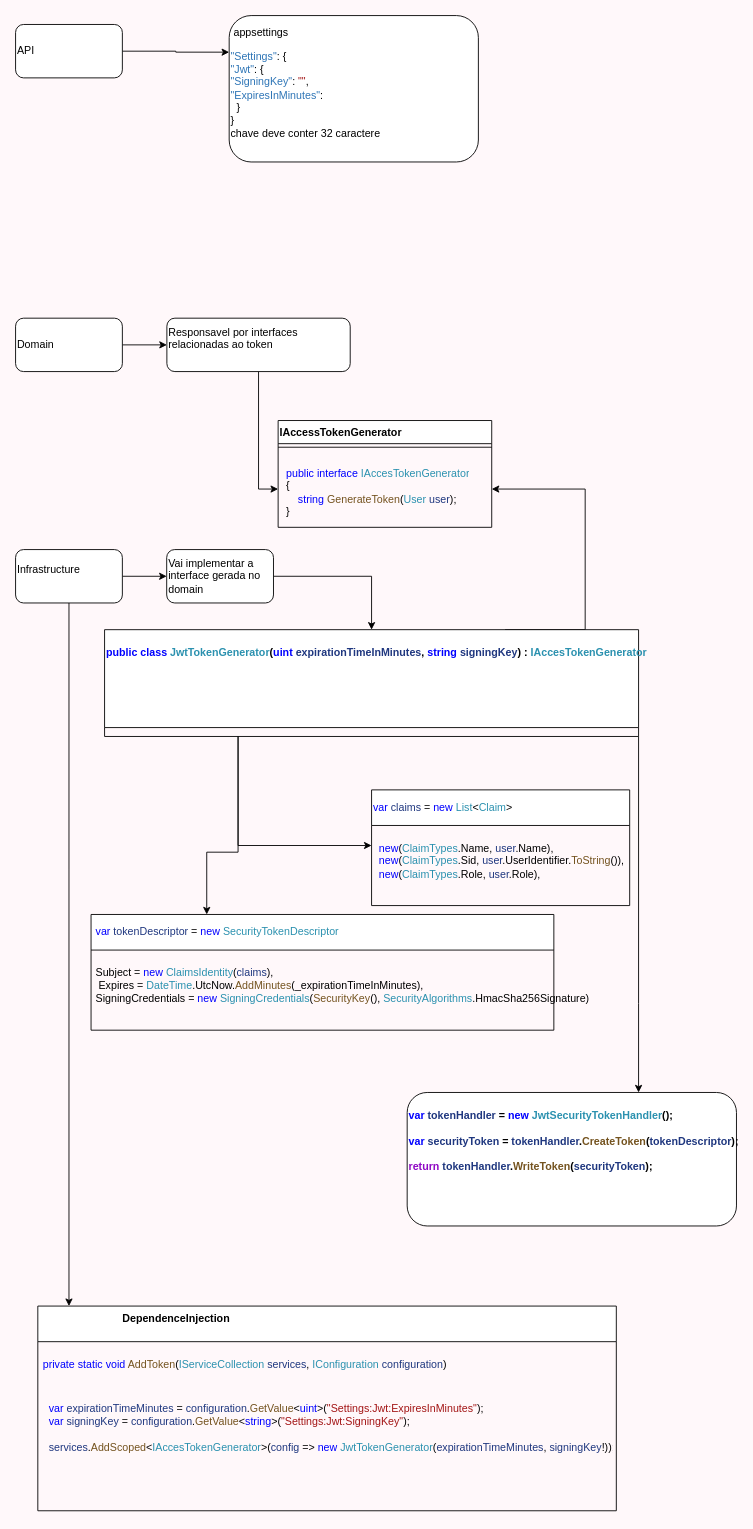
This is Diagrama sem nome.drawio from PhSM-PhEN/Drawio, a draw.io file, before an edit. Source tidied: cells renumbered, new cells numbered last; positions are measured from the earlier drawing's top-left corner, leaving out a move shared by most shapes. Both pictures are drawn from the tidied source at 89%, with x=0, y=0 at pixel (15, 15).
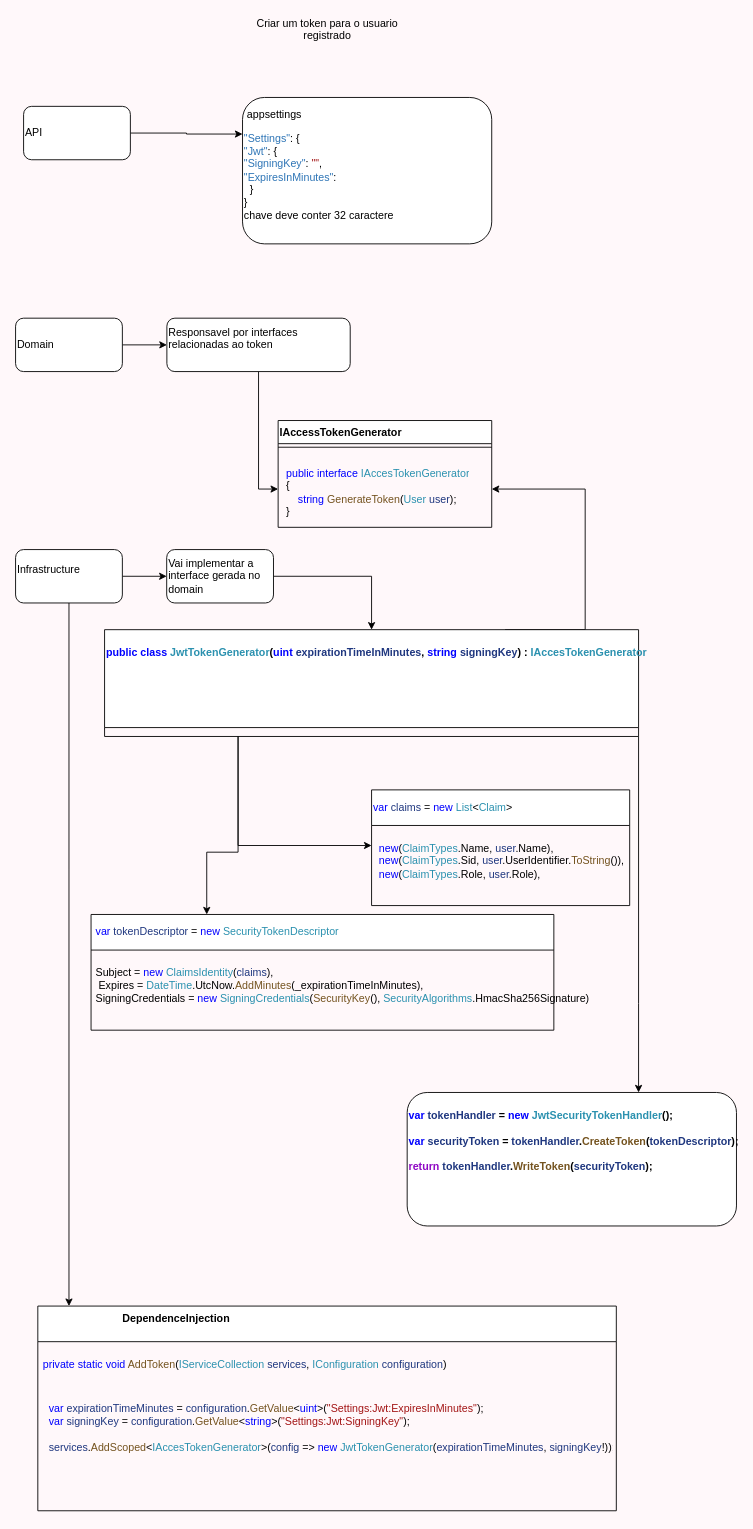
The same page after the edit.

Change to the diagram source:
```diff
@@
     <mxCell id="4" value="API" style="rounded=1;whiteSpace=wrap;html=1;align=left;" parent="1" vertex="1">
-      <mxGeometry y="10" width="120" height="60" as="geometry" />
+      <mxGeometry x="9" y="102" width="120" height="60" as="geometry" />
     </mxCell>
     <mxCell id="5" value="&amp;nbsp;appsettings&amp;nbsp;&lt;div&gt;&lt;pre style=&quot;font-family: &amp;quot;Cascadia Mono&amp;quot;; font-size: 9pt; color: rgb(0, 0, 0);&quot;&gt;&lt;div style=&quot;&quot;&gt;&lt;span style=&quot;font-size: 9pt; background-color: transparent; white-space: normal; color: rgb(46, 117, 182);&quot;&gt;&quot;Settings&quot;&lt;/span&gt;&lt;span style=&quot;color: light-dark(rgb(0, 0, 0), rgb(237, 237, 237)); font-size: 9pt; background-color: transparent; white-space: normal;&quot;&gt;: {&lt;/span&gt;&lt;/div&gt;&lt;div style=&quot;&quot;&gt;&lt;span style=&quot;color: light-dark(rgb(0, 0, 0), rgb(237, 237, 237)); font-size: 9pt; background-color: transparent; white-space: normal;&quot;&gt;  &lt;/span&gt;&lt;span style=&quot;font-size: 9pt; background-color: transparent; white-space: normal; color: rgb(46, 117, 182);&quot;&gt;&quot;Jwt&quot;&lt;/span&gt;&lt;span style=&quot;color: light-dark(rgb(0, 0, 0), rgb(237, 237, 237)); font-size: 9pt; background-color: transparent; white-space: normal;&quot;&gt;: {&lt;/span&gt;&lt;/div&gt;&lt;div style=&quot;&quot;&gt;&lt;span style=&quot;color: light-dark(rgb(0, 0, 0), rgb(237, 237, 237)); font-size: 9pt; background-color: transparent; white-space: normal;&quot;&gt;    &lt;/span&gt;&lt;span style=&quot;font-size: 9pt; background-color: transparent; white-space: normal; color: rgb(46, 117, 182);&quot;&gt;&quot;SigningKey&quot;&lt;/span&gt;&lt;span style=&quot;color: light-dark(rgb(0, 0, 0), rgb(237, 237, 237)); font-size: 9pt; background-color: transparent; white-space: normal;&quot;&gt;: &lt;/span&gt;&lt;span style=&quot;font-size: 9pt; background-color: transparent; white-space: normal; color: rgb(163, 21, 21);&quot;&gt;&quot;&quot;&lt;/span&gt;&lt;span style=&quot;color: light-dark(rgb(0, 0, 0), rgb(237, 237, 237)); font-size: 9pt; background-color: transparent; white-space: normal;&quot;&gt;,&lt;/span&gt;&lt;/div&gt;&lt;div style=&quot;&quot;&gt;&lt;span style=&quot;color: light-dark(rgb(0, 0, 0), rgb(237, 237, 237)); font-size: 9pt; background-color: transparent; white-space: normal;&quot;&gt;    &lt;/span&gt;&lt;span style=&quot;font-size: 9pt; background-color: transparent; white-space: normal; color: rgb(46, 117, 182);&quot;&gt;&quot;ExpiresInMinutes&quot;&lt;/span&gt;&lt;span style=&quot;color: light-dark(rgb(0, 0, 0), rgb(237, 237, 237)); font-size: 9pt; background-color: transparent; white-space: normal;&quot;&gt;:&amp;nbsp;&lt;/span&gt;&lt;/div&gt;&lt;div style=&quot;&quot;&gt;&lt;span style=&quot;color: light-dark(rgb(0, 0, 0), rgb(237, 237, 237)); font-size: 9pt; background-color: transparent; white-space: normal;&quot;&gt;&amp;nbsp; }&lt;/span&gt;&lt;/div&gt;&lt;div style=&quot;&quot;&gt;&lt;span style=&quot;color: light-dark(rgb(0, 0, 0), rgb(237, 237, 237)); font-size: 9pt; background-color: transparent; white-space: normal;&quot;&gt;}&lt;br&gt;chave deve conter 32 caractere&lt;/span&gt;&lt;/div&gt;&lt;/pre&gt;&lt;/div&gt;" style="rounded=1;whiteSpace=wrap;html=1;align=left;" parent="1" vertex="1">
-      <mxGeometry x="240" width="280" height="164.5" as="geometry" />
+      <mxGeometry x="255" y="92" width="280" height="164.5" as="geometry" />
     </mxCell>
@@
+    <mxCell id="31" value="Criar um token para o usuario registrado&lt;div&gt;&lt;br&gt;&lt;/div&gt;" style="text;html=1;whiteSpace=wrap;strokeColor=none;fillColor=none;align=center;verticalAlign=middle;rounded=0;" parent="1" vertex="1">
+      <mxGeometry x="261" y="8" width="179" height="30" as="geometry" />
+    </mxCell>
```
